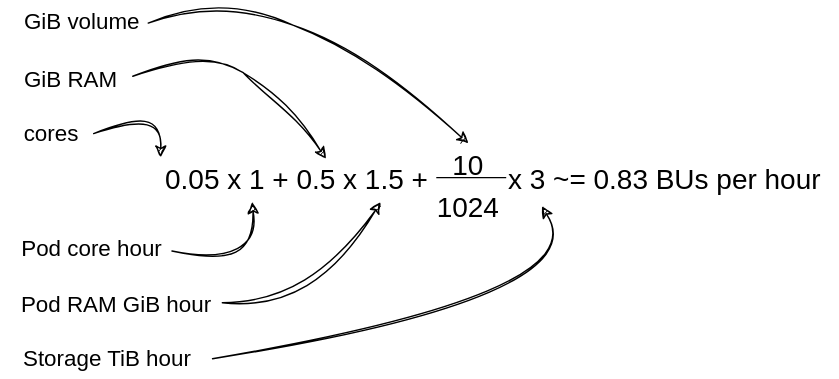
Before: docs/cloud/rahti/images/RahtiRequest.drawio.svg, a diagram exported from draw.io (CSCfi/csc-user-guide). Source tidied: cells renumbered, new cells last; positions are measured from the earlier drawing's top-left corner, leaving out a move shared by most shapes.
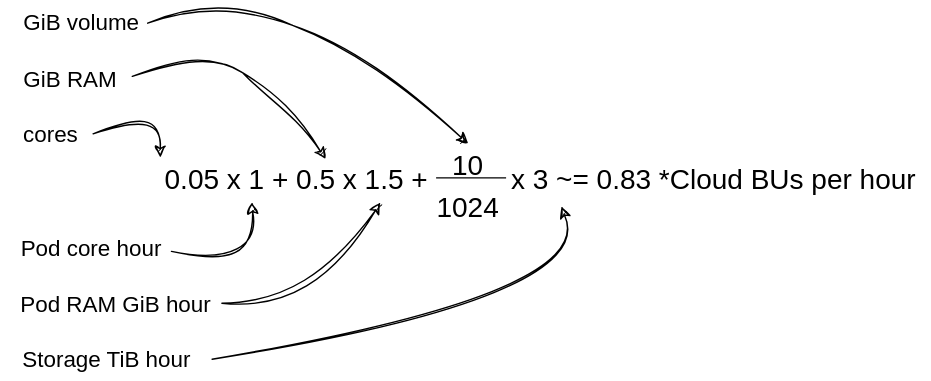
Later version of the same file.

What changed in the source:
```diff
@@ -27,8 +27,8 @@
         </Array>
       </mxGeometry>
     </mxCell>
-    <mxCell id="7" value="&lt;font style=&quot;font-size: 20px;&quot;&gt;x 3 ~= 0.83 BUs per hour&lt;br&gt;&lt;/font&gt;" style="text;html=1;align=center;verticalAlign=middle;points=[];strokeColor=none;fillColor=none;" parent="1" vertex="1">
-      <mxGeometry x="349" y="114" width="250" height="40" as="geometry" />
+    <mxCell id="7" value="&lt;div style=&quot;text-align: left;&quot;&gt;&lt;span style=&quot;font-size: 20px; background-color: initial;&quot;&gt;x 3 ~= 0.83 *Cloud BUs per hour&lt;/span&gt;&lt;/div&gt;" style="text;html=1;align=center;verticalAlign=middle;points=[];strokeColor=none;fillColor=none;" parent="1" vertex="1">
+      <mxGeometry x="354" y="114" width="310" height="40" as="geometry" />
     </mxCell>
     <mxCell id="8" value="&lt;font style=&quot;font-size: 16px;&quot;&gt;cores&lt;/font&gt;" style="text;html=1;align=center;verticalAlign=middle;whiteSpace=wrap;rounded=0;" parent="1" vertex="1">
       <mxGeometry x="6" y="87" width="60" height="30" as="geometry" />
```
